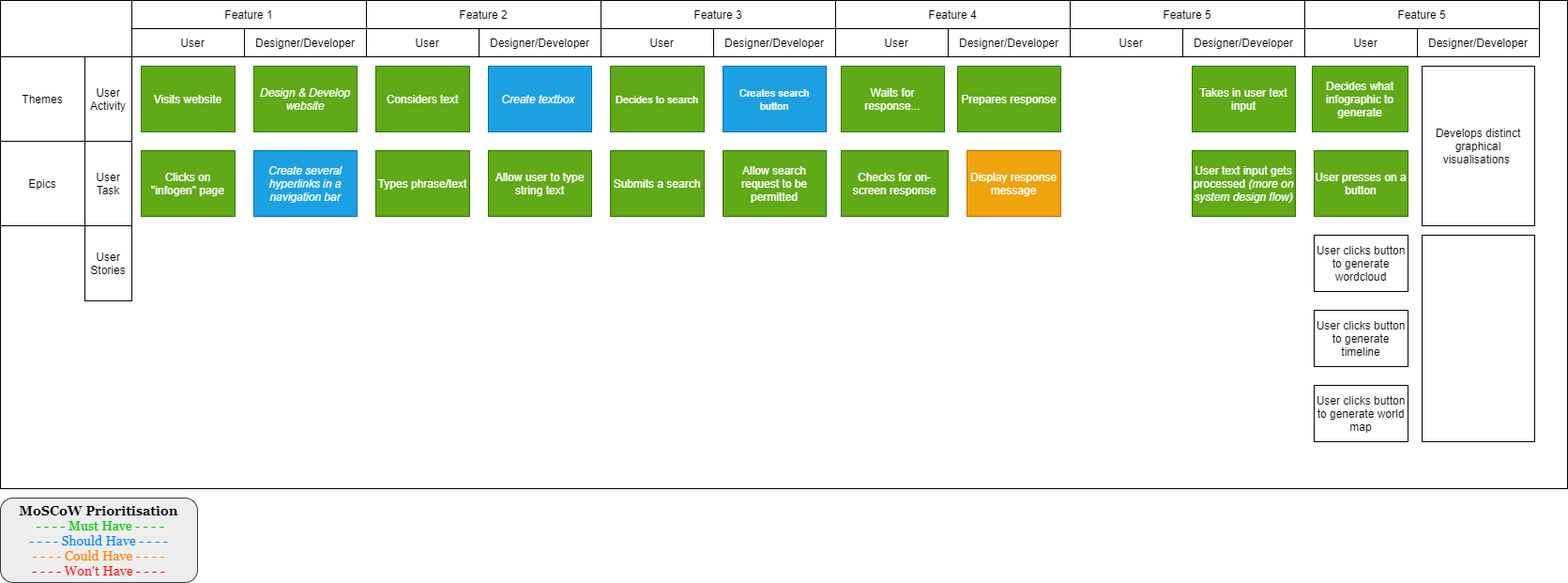
This is Documentation/Design/GIFT-User-Story-Mappings.png from John8790909/Generating-Infographics-from-Text, a draw.io export, as it was before one commit. Source tidied: cells renumbered, new cells last; positions are measured from the earlier drawing's top-left corner, leaving out a move shared by most shapes.
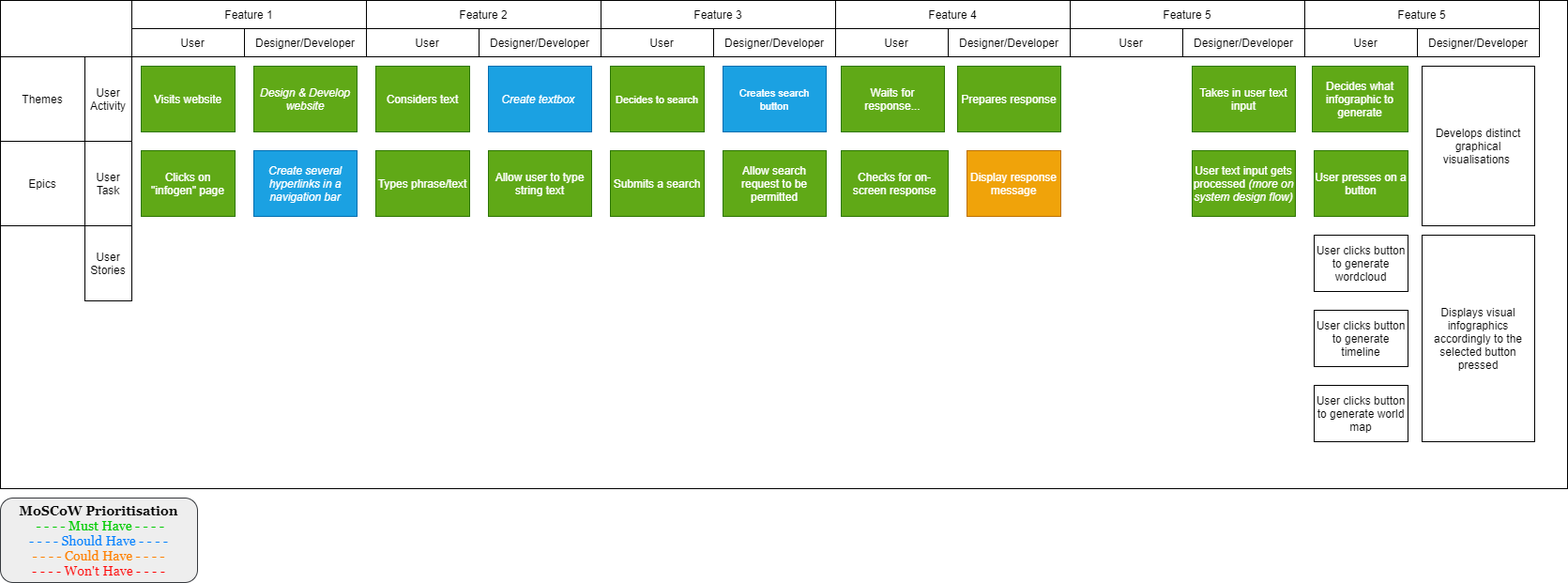
Above is the later version.

Diff of the diagram source:
```diff
@@ -149,7 +149,7 @@
     <mxCell id="50" value="Develops distinct graphical visualisations&amp;nbsp;" style="rounded=0;whiteSpace=wrap;html=1;labelBackgroundColor=none;fontColor=#000000;" parent="1" vertex="1">
       <mxGeometry x="1515" y="70" width="120" height="170" as="geometry" />
     </mxCell>
-    <mxCell id="51" style="rounded=0;whiteSpace=wrap;html=1;labelBackgroundColor=none;fontColor=#000000;" parent="1" vertex="1">
+    <mxCell id="51" value="Displays visual infographics accordingly to the selected button pressed" style="rounded=0;whiteSpace=wrap;html=1;labelBackgroundColor=none;fontColor=#000000;" parent="1" vertex="1">
       <mxGeometry x="1515" y="250" width="120" height="220" as="geometry" />
     </mxCell>
   </root>
```
